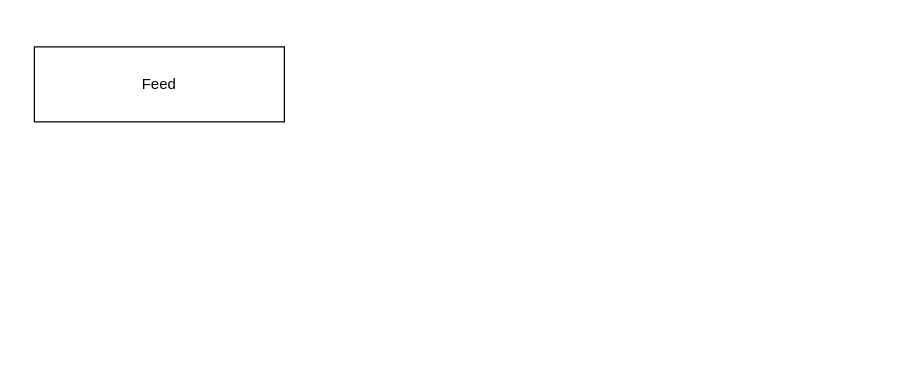
Above: babysat-app.drawio in rawrlolarawr/react-babysat-app (draw.io), before the change. Source tidied: cells renumbered, new cells numbered last; positions are measured from the earlier drawing's top-left corner, leaving out a move shared by most shapes. Both pictures are drawn from the tidied source at 125%, with x=0, y=0 at pixel (34, 46).
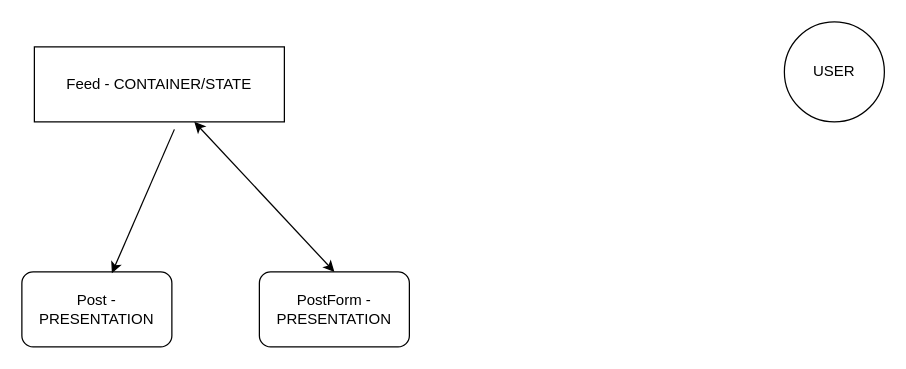
After the change.

Change to the diagram source:
```diff
@@
 <mxGraphModel>
   <root>
     <mxCell id="0" />
     <mxCell id="1" parent="0" />
-    <mxCell id="2" value="Feed" style="rounded=0;whiteSpace=wrap;html=1;" parent="1" vertex="1">
+    <mxCell id="2" value="Feed - CONTAINER/STATE" style="rounded=0;whiteSpace=wrap;html=1;" parent="1" vertex="1">
       <mxGeometry width="200" height="60" as="geometry" />
     </mxCell>
+    <mxCell id="3" value="Post - PRESENTATION" style="rounded=1;whiteSpace=wrap;html=1;" parent="1" vertex="1">
+      <mxGeometry x="-10" y="180" width="120" height="60" as="geometry" />
+    </mxCell>
+    <mxCell id="4" style="endArrow=classic;html=1;entryX=0.6;entryY=0.017;entryDx=0;entryDy=0;entryPerimeter=0;exitX=0.56;exitY=1.1;exitDx=0;exitDy=0;exitPerimeter=0;" parent="1" edge="1" source="2" target="3">
+      <mxGeometry relative="1" as="geometry" />
+    </mxCell>
+    <mxCell id="5" value="PostForm - PRESENTATION" style="rounded=1;whiteSpace=wrap;html=1;" parent="1" vertex="1">
+      <mxGeometry x="180" y="180" width="120" height="60" as="geometry" />
+    </mxCell>
+    <mxCell id="6" style="endArrow=classic;startArrow=classic;html=1;exitX=0.5;exitY=0;exitDx=0;exitDy=0;" parent="1" edge="1" source="5" target="2">
+      <mxGeometry relative="1" as="geometry" />
+    </mxCell>
+    <mxCell id="7" value="USER" style="ellipse;whiteSpace=wrap;html=1;" parent="1" vertex="1">
+      <mxGeometry x="600" y="-20" width="80" height="80" as="geometry" />
+    </mxCell>
   </root>
 </mxGraphModel>
```
